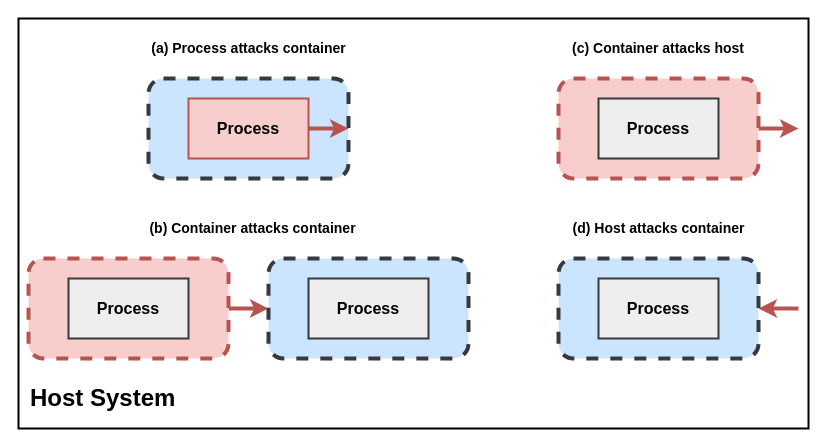
The draw.io diagram project/report/figs/drawio/threat-model.drawio in willfindlay/adaptivesec-F2020, before the edit. Source tidied: cells renumbered, new cells numbered last; positions are measured from the earlier drawing's top-left corner, leaving out a move shared by most shapes. Both pictures are drawn from the tidied source at 100%, with x=0, y=0 at pixel (18, 18).
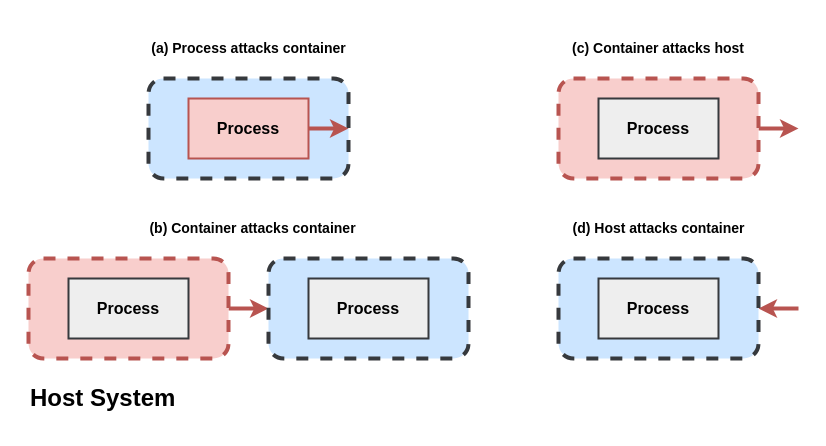
The same diagram, later.

Commit message (it also covers changes not shown here):
Finish Background, threat model

The edit, as a diff of the source:
```diff
@@
-    <mxCell id="2" style="rounded=0;whiteSpace=wrap;html=1;strokeWidth=2;fontSize=14;" parent="1" vertex="1">
-      <mxGeometry width="790" height="410" as="geometry" />
-    </mxCell>
```
